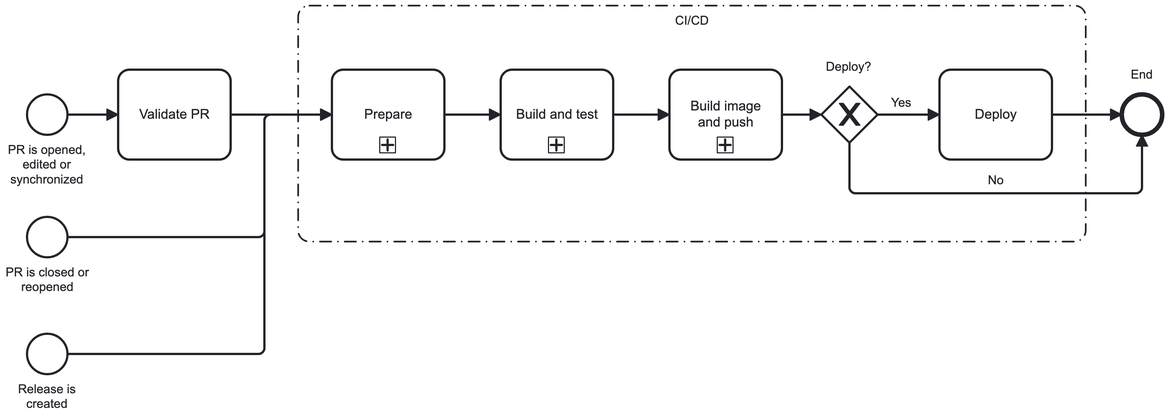
Before: src/main/resources/workflows.png, a diagram exported from BPMN (andrecaiado/spring-boot-tests-cicd). Its source is kept beside it as src/main/resources/workflows.bpmn. Ids are renumbered.
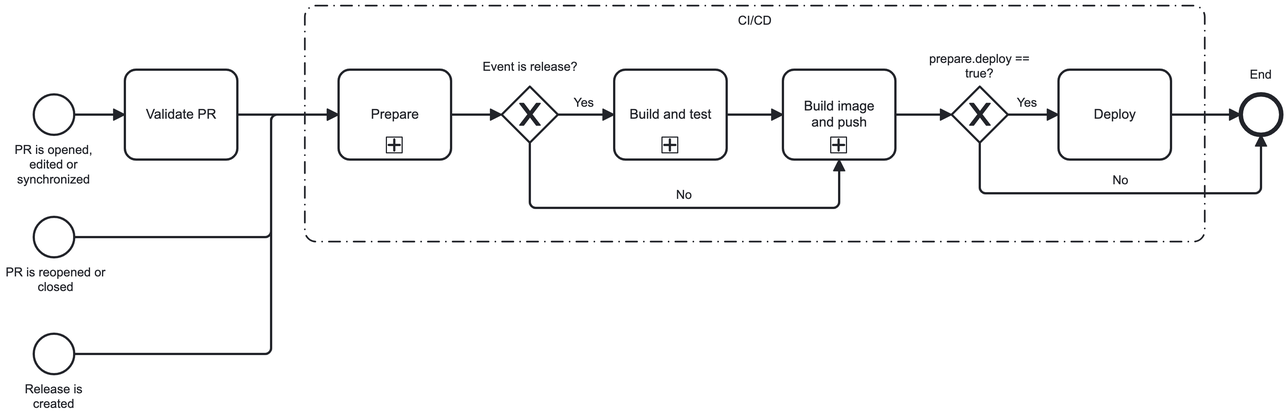
Above is the later version.

Commit message:
docs(task-nr): update workflow process and readme (#41)

Change to the diagram source:
```diff
@@ -11,3 +11,3 @@
     <bpmn:sequenceFlow id="Flow_n5" sourceRef="Activity_n4" targetRef="Activity_n6" />
-    <bpmn:startEvent id="Event_n7" name="PR is closed or reopened">
+    <bpmn:startEvent id="Event_n7" name="PR is reopened or closed">
       <bpmn:outgoing>Flow_n8</bpmn:outgoing>
@@ -15,3 +15,3 @@
     <bpmn:sequenceFlow id="Flow_n8" sourceRef="Event_n7" targetRef="Activity_n6" />
-    <bpmn:sequenceFlow id="Flow_n9" sourceRef="Activity_n6" targetRef="Activity_n10" />
+    <bpmn:sequenceFlow id="Flow_n9" sourceRef="Activity_n6" targetRef="Gateway_n75" />
     <bpmn:sequenceFlow id="Flow_n11" sourceRef="Activity_n10" targetRef="Activity_n12" />
@@ -27,3 +27,3 @@
     <bpmn:sequenceFlow id="Flow_n15" sourceRef="Activity_n13" targetRef="Event_n18" />
-    <bpmn:exclusiveGateway id="Gateway_n17" name="Deploy?">
+    <bpmn:exclusiveGateway id="Gateway_n17" name="prepare.deploy == true?">
       <bpmn:incoming>Flow_n16</bpmn:incoming>
@@ -43,6 +43,7 @@
       <bpmn:task id="Activity_n23" name="Set tag version">
-        <bpmn:incoming>Flow_n22</bpmn:incoming>
+        <bpmn:incoming>Flow_n76</bpmn:incoming>
+        <bpmn:incoming>Flow_n77</bpmn:incoming>
         <bpmn:outgoing>Flow_n24</bpmn:outgoing>
       </bpmn:task>
-      <bpmn:sequenceFlow id="Flow_n22" sourceRef="Event_n21" targetRef="Activity_n23" />
+      <bpmn:sequenceFlow id="Flow_n22" sourceRef="Event_n21" targetRef="Gateway_n78" />
       <bpmn:task id="Activity_n25" name="Set push image">
@@ -59,4 +60,24 @@
         <bpmn:incoming>Flow_n28</bpmn:incoming>
+        <bpmn:incoming>Flow_n79</bpmn:incoming>
       </bpmn:endEvent>
       <bpmn:sequenceFlow id="Flow_n28" sourceRef="Activity_n27" targetRef="Event_n29" />
+      <bpmn:task id="Activity_n80" name="Validate release target branch">
+        <bpmn:incoming>Flow_n81</bpmn:incoming>
+        <bpmn:outgoing>Flow_n82</bpmn:outgoing>
+      </bpmn:task>
+      <bpmn:sequenceFlow id="Flow_n82" sourceRef="Activity_n80" targetRef="Gateway_n83" />
+      <bpmn:exclusiveGateway id="Gateway_n78" name="Is release?">
+        <bpmn:incoming>Flow_n22</bpmn:incoming>
+        <bpmn:outgoing>Flow_n81</bpmn:outgoing>
+        <bpmn:outgoing>Flow_n76</bpmn:outgoing>
+      </bpmn:exclusiveGateway>
+      <bpmn:sequenceFlow id="Flow_n81" name="Yes" sourceRef="Gateway_n78" targetRef="Activity_n80" />
+      <bpmn:sequenceFlow id="Flow_n76" name="No" sourceRef="Gateway_n78" targetRef="Activity_n23" />
+      <bpmn:exclusiveGateway id="Gateway_n83" name="Is valid?">
+        <bpmn:incoming>Flow_n82</bpmn:incoming>
+        <bpmn:outgoing>Flow_n77</bpmn:outgoing>
+        <bpmn:outgoing>Flow_n79</bpmn:outgoing>
+      </bpmn:exclusiveGateway>
+      <bpmn:sequenceFlow id="Flow_n77" name="Yes" sourceRef="Gateway_n83" targetRef="Activity_n23" />
+      <bpmn:sequenceFlow id="Flow_n79" name="No" sourceRef="Gateway_n83" targetRef="Event_n29" />
       <bpmn:textAnnotation id="TextAnnotation_n30">
@@ -74,5 +95,9 @@
       <bpmn:association id="Association_n35" associationDirection="None" sourceRef="Activity_n27" targetRef="TextAnnotation_n34" />
+      <bpmn:textAnnotation id="TextAnnotation_n84">
+        <bpmn:text>Is valid if release target branch  == default branch</bpmn:text>
+      </bpmn:textAnnotation>
+      <bpmn:association id="Association_n85" associationDirection="None" sourceRef="Activity_n80" targetRef="TextAnnotation_n84" />
     </bpmn:subProcess>
     <bpmn:subProcess id="Activity_n10" name="Build and test">
-      <bpmn:incoming>Flow_n9</bpmn:incoming>
+      <bpmn:incoming>Flow_n86</bpmn:incoming>
       <bpmn:outgoing>Flow_n11</bpmn:outgoing>
@@ -102,5 +127,10 @@
       <bpmn:endEvent id="Event_n46" name="End">
+        <bpmn:incoming>Flow_n87</bpmn:incoming>
+      </bpmn:endEvent>
+      <bpmn:sequenceFlow id="Flow_n45" sourceRef="Activity_n44" targetRef="Activity_n88" />
+      <bpmn:task id="Activity_n88" name="Run code coverage">
         <bpmn:incoming>Flow_n45</bpmn:incoming>
-      </bpmn:endEvent>
-      <bpmn:sequenceFlow id="Flow_n45" sourceRef="Activity_n44" targetRef="Event_n46" />
+        <bpmn:outgoing>Flow_n87</bpmn:outgoing>
+      </bpmn:task>
+      <bpmn:sequenceFlow id="Flow_n87" sourceRef="Activity_n88" targetRef="Event_n46" />
     </bpmn:subProcess>
@@ -108,2 +138,3 @@
       <bpmn:incoming>Flow_n11</bpmn:incoming>
+      <bpmn:incoming>Flow_n89</bpmn:incoming>
       <bpmn:outgoing>Flow_n16</bpmn:outgoing>
@@ -136,3 +167,3 @@
       </bpmn:task>
-      <bpmn:exclusiveGateway id="Gateway_n59" name="push_image = true?">
+      <bpmn:exclusiveGateway id="Gateway_n59" name="prepare.push_image == true?">
         <bpmn:incoming>Flow_n58</bpmn:incoming>
@@ -159,2 +190,9 @@
     <bpmn:sequenceFlow id="Flow_n20" sourceRef="Event_n65" targetRef="Activity_n6" />
+    <bpmn:exclusiveGateway id="Gateway_n75" name="Event is release?">
+      <bpmn:incoming>Flow_n9</bpmn:incoming>
+      <bpmn:outgoing>Flow_n86</bpmn:outgoing>
+      <bpmn:outgoing>Flow_n89</bpmn:outgoing>
+    </bpmn:exclusiveGateway>
+    <bpmn:sequenceFlow id="Flow_n86" name="Yes" sourceRef="Gateway_n75" targetRef="Activity_n10" />
+    <bpmn:sequenceFlow id="Flow_n89" name="No" sourceRef="Gateway_n75" targetRef="Activity_n12" />
     <bpmn:group id="Group_n66" categoryValueRef="CategoryValue_n67" />
@@ -172,8 +210,2 @@
       </bpmndi:BPMNShape>
-      <bpmndi:BPMNShape id="Event_n7_di" bpmnElement="Event_n7">
-        <dc:Bounds x="179" y="268" width="36" height="36" />
-        <bpmndi:BPMNLabel>
-          <dc:Bounds x="160" y="311" width="75" height="27" />
-        </bpmndi:BPMNLabel>
-      </bpmndi:BPMNShape>
       <bpmndi:BPMNShape id="Activity_n4_di" bpmnElement="Activity_n4">
@@ -182,4 +214,16 @@
       </bpmndi:BPMNShape>
+      <bpmndi:BPMNShape id="Event_n7_di" bpmnElement="Event_n7">
+        <dc:Bounds x="179" y="268" width="36" height="36" />
+        <bpmndi:BPMNLabel>
+          <dc:Bounds x="154" y="311" width="89" height="27" />
+        </bpmndi:BPMNLabel>
+      </bpmndi:BPMNShape>
+      <bpmndi:BPMNShape id="Gateway_n75_di" bpmnElement="Gateway_n75" isMarkerVisible="true">
+        <dc:Bounds x="595" y="152" width="50" height="50" />
+        <bpmndi:BPMNLabel>
+          <dc:Bounds x="578" y="128" width="85" height="14" />
+        </bpmndi:BPMNLabel>
+      </bpmndi:BPMNShape>
       <bpmndi:BPMNShape id="Activity_n13_di" bpmnElement="Activity_n13">
-        <dc:Bounds x="990" y="137" width="100" height="80" />
+        <dc:Bounds x="1090" y="137" width="100" height="80" />
         <bpmndi:BPMNLabel />
@@ -187,5 +231,5 @@
       <bpmndi:BPMNShape id="Event_n18_di" bpmnElement="Event_n18">
-        <dc:Bounds x="1152" y="159" width="36" height="36" />
+        <dc:Bounds x="1252" y="159" width="36" height="36" />
         <bpmndi:BPMNLabel>
-          <dc:Bounds x="1160" y="135" width="20" height="14" />
+          <dc:Bounds x="1260" y="135" width="20" height="14" />
         </bpmndi:BPMNLabel>
@@ -193,6 +237,9 @@
       <bpmndi:BPMNShape id="Gateway_n17_di" bpmnElement="Gateway_n17" isMarkerVisible="true">
-        <dc:Bounds x="885" y="152" width="50" height="50" />
+        <dc:Bounds x="995" y="152" width="50" height="50" />
         <bpmndi:BPMNLabel>
-          <dc:Bounds x="889" y="128" width="41" height="14" />
+          <dc:Bounds x="975" y="121" width="90" height="27" />
         </bpmndi:BPMNLabel>
+      </bpmndi:BPMNShape>
+      <bpmndi:BPMNShape id="Activity_1uwiga4_di" bpmnElement="Activity_n6">
+        <dc:Bounds x="450" y="137" width="100" height="80" />
       </bpmndi:BPMNShape>
@@ -204,10 +251,29 @@
       </bpmndi:BPMNShape>
-      <bpmndi:BPMNShape id="Activity_1uwiga4_di" bpmnElement="Activity_n6">
-        <dc:Bounds x="450" y="137" width="100" height="80" />
-      </bpmndi:BPMNShape>
       <bpmndi:BPMNShape id="Activity_0pxcgns_di" bpmnElement="Activity_n10">
-        <dc:Bounds x="600" y="137" width="100" height="80" />
+        <dc:Bounds x="695" y="137" width="100" height="80" />
       </bpmndi:BPMNShape>
       <bpmndi:BPMNShape id="Activity_1kwldmr_di" bpmnElement="Activity_n12">
-        <dc:Bounds x="750" y="137" width="100" height="80" />
+        <dc:Bounds x="845" y="137" width="100" height="80" />
+      </bpmndi:BPMNShape>
+      <bpmndi:BPMNEdge id="Flow_n86_di" bpmnElement="Flow_n86">
+        <di:waypoint x="645" y="177" />
+        <di:waypoint x="695" y="177" />
+        <bpmndi:BPMNLabel>
+          <dc:Bounds x="659" y="160" width="18" height="14" />
+        </bpmndi:BPMNLabel>
+      </bpmndi:BPMNEdge>
+      <bpmndi:BPMNEdge id="Flow_n89_di" bpmnElement="Flow_n89">
+        <di:waypoint x="620" y="202" />
+        <di:waypoint x="620" y="260" />
+        <di:waypoint x="895" y="260" />
+        <di:waypoint x="895" y="217" />
+        <bpmndi:BPMNLabel>
+          <dc:Bounds x="750" y="242" width="15" height="14" />
+        </bpmndi:BPMNLabel>
+      </bpmndi:BPMNEdge>
+      <bpmndi:BPMNShape id="Group_n66_di" bpmnElement="Group_n66">
+        <dc:Bounds x="420" y="80" width="800" height="210" />
+        <bpmndi:BPMNLabel>
+          <dc:Bounds x="805" y="87" width="30" height="14" />
+        </bpmndi:BPMNLabel>
       </bpmndi:BPMNShape>
@@ -229,30 +295,30 @@
         <di:waypoint x="550" y="177" />
-        <di:waypoint x="600" y="177" />
+        <di:waypoint x="595" y="177" />
       </bpmndi:BPMNEdge>
       <bpmndi:BPMNEdge id="Flow_n11_di" bpmnElement="Flow_n11">
-        <di:waypoint x="700" y="177" />
-        <di:waypoint x="750" y="177" />
+        <di:waypoint x="795" y="177" />
+        <di:waypoint x="845" y="177" />
+      </bpmndi:BPMNEdge>
+      <bpmndi:BPMNEdge id="Flow_n16_di" bpmnElement="Flow_n16">
+        <di:waypoint x="945" y="177" />
+        <di:waypoint x="995" y="177" />
+      </bpmndi:BPMNEdge>
+      <bpmndi:BPMNEdge id="Flow_n15_di" bpmnElement="Flow_n15">
+        <di:waypoint x="1190" y="177" />
+        <di:waypoint x="1252" y="177" />
       </bpmndi:BPMNEdge>
       <bpmndi:BPMNEdge id="Flow_n14_di" bpmnElement="Flow_n14">
-        <di:waypoint x="935" y="177" />
-        <di:waypoint x="990" y="177" />
+        <di:waypoint x="1045" y="177" />
+        <di:waypoint x="1090" y="177" />
         <bpmndi:BPMNLabel>
-          <dc:Bounds x="947" y="160" width="18" height="14" />
+          <dc:Bounds x="1053" y="160" width="18" height="14" />
         </bpmndi:BPMNLabel>
       </bpmndi:BPMNEdge>
-      <bpmndi:BPMNEdge id="Flow_n15_di" bpmnElement="Flow_n15">
-        <di:waypoint x="1090" y="177" />
-        <di:waypoint x="1152" y="177" />
-      </bpmndi:BPMNEdge>
-      <bpmndi:BPMNEdge id="Flow_n16_di" bpmnElement="Flow_n16">
-        <di:waypoint x="850" y="177" />
-        <di:waypoint x="885" y="177" />
-      </bpmndi:BPMNEdge>
       <bpmndi:BPMNEdge id="Flow_n19_di" bpmnElement="Flow_n19">
-        <di:waypoint x="910" y="202" />
-        <di:waypoint x="910" y="247" />
-        <di:waypoint x="1170" y="247" />
-        <di:waypoint x="1170" y="195" />
+        <di:waypoint x="1020" y="202" />
+        <di:waypoint x="1020" y="247" />
+        <di:waypoint x="1270" y="247" />
+        <di:waypoint x="1270" y="195" />
         <bpmndi:BPMNLabel>
-          <dc:Bounds x="1033" y="229" width="15" height="14" />
+          <dc:Bounds x="1138" y="229" width="15" height="14" />
         </bpmndi:BPMNLabel>
@@ -265,8 +331,2 @@
       </bpmndi:BPMNEdge>
-      <bpmndi:BPMNShape id="Group_n66_di" bpmnElement="Group_n66">
-        <dc:Bounds x="420" y="80" width="700" height="210" />
-        <bpmndi:BPMNLabel>
-          <dc:Bounds x="755" y="87" width="30" height="14" />
-        </bpmndi:BPMNLabel>
-      </bpmndi:BPMNShape>
     </bpmndi:BPMNPlane>
@@ -276,5 +336,27 @@
       <bpmndi:BPMNShape id="Event_n21_di" bpmnElement="Event_n21">
-        <dc:Bounds x="132" y="212" width="36" height="36" />
+        <dc:Bounds x="122" y="212" width="36" height="36" />
         <bpmndi:BPMNLabel>
-          <dc:Bounds x="138" y="255" width="24" height="14" />
+          <dc:Bounds x="128" y="255" width="24" height="14" />
+        </bpmndi:BPMNLabel>
+      </bpmndi:BPMNShape>
+      <bpmndi:BPMNShape id="Event_n29_di" bpmnElement="Event_n29">
+        <dc:Bounds x="1042" y="212" width="36" height="36" />
+        <bpmndi:BPMNLabel>
+          <dc:Bounds x="1050" y="188" width="20" height="14" />
+        </bpmndi:BPMNLabel>
+      </bpmndi:BPMNShape>
+      <bpmndi:BPMNShape id="Gateway_n78_di" bpmnElement="Gateway_n78" isMarkerVisible="true">
+        <dc:Bounds x="209" y="205" width="50" height="50" />
+        <bpmndi:BPMNLabel>
+          <dc:Bounds x="207" y="181" width="54" height="14" />
+        </bpmndi:BPMNLabel>
+      </bpmndi:BPMNShape>
+      <bpmndi:BPMNShape id="Activity_n80_di" bpmnElement="Activity_n80">
+        <dc:Bounds x="315" y="190" width="100" height="80" />
+        <bpmndi:BPMNLabel />
+      </bpmndi:BPMNShape>
+      <bpmndi:BPMNShape id="Gateway_n83_di" bpmnElement="Gateway_n83" isMarkerVisible="true">
+        <dc:Bounds x="471" y="205" width="50" height="50" />
+        <bpmndi:BPMNLabel>
+          <dc:Bounds x="475" y="181" width="41" height="14" />
         </bpmndi:BPMNLabel>
@@ -282,3 +364,3 @@
       <bpmndi:BPMNShape id="Activity_n23_di" bpmnElement="Activity_n23">
-        <dc:Bounds x="220" y="190" width="100" height="80" />
+        <dc:Bounds x="577" y="190" width="100" height="80" />
         <bpmndi:BPMNLabel />
@@ -286,3 +368,3 @@
       <bpmndi:BPMNShape id="Activity_n25_di" bpmnElement="Activity_n25">
-        <dc:Bounds x="380" y="190" width="100" height="80" />
+        <dc:Bounds x="733" y="190" width="100" height="80" />
         <bpmndi:BPMNLabel />
@@ -290,51 +372,89 @@
       <bpmndi:BPMNShape id="Activity_n27_di" bpmnElement="Activity_n27">
-        <dc:Bounds x="540" y="190" width="100" height="80" />
+        <dc:Bounds x="889" y="190" width="100" height="80" />
         <bpmndi:BPMNLabel />
       </bpmndi:BPMNShape>
-      <bpmndi:BPMNShape id="Event_n29_di" bpmnElement="Event_n29">
-        <dc:Bounds x="702" y="212" width="36" height="36" />
-        <bpmndi:BPMNLabel>
-          <dc:Bounds x="710" y="255" width="20" height="14" />
-        </bpmndi:BPMNLabel>
-      </bpmndi:BPMNShape>
-      <bpmndi:BPMNEdge id="Association_n31_di" bpmnElement="Association_n31">
-        <di:waypoint x="270" y="190" />
-        <di:waypoint x="270" y="140" />
+      <bpmndi:BPMNEdge id="Association_n35_di" bpmnElement="Association_n35">
+        <di:waypoint x="939" y="190" />
+        <di:waypoint x="939" y="140" />
       </bpmndi:BPMNEdge>
       <bpmndi:BPMNEdge id="Association_n33_di" bpmnElement="Association_n33">
-        <di:waypoint x="430" y="190" />
-        <di:waypoint x="430" y="140" />
+        <di:waypoint x="783" y="190" />
+        <di:waypoint x="783" y="140" />
       </bpmndi:BPMNEdge>
-      <bpmndi:BPMNEdge id="Association_n35_di" bpmnElement="Association_n35">
-        <di:waypoint x="590" y="190" />
-        <di:waypoint x="590" y="140" />
+      <bpmndi:BPMNEdge id="Association_n31_di" bpmnElement="Association_n31">
+        <di:waypoint x="627" y="190" />
+        <di:waypoint x="627" y="140" />
+      </bpmndi:BPMNEdge>
+      <bpmndi:BPMNEdge id="Association_n85_di" bpmnElement="Association_n85">
+        <di:waypoint x="365" y="190" />
+        <di:waypoint x="365" y="140" />
       </bpmndi:BPMNEdge>
       <bpmndi:BPMNEdge id="Flow_n22_di" bpmnElement="Flow_n22">
-        <di:waypoint x="168" y="230" />
-        <di:waypoint x="220" y="230" />
+        <di:waypoint x="158" y="230" />
+        <di:waypoint x="209" y="230" />
       </bpmndi:BPMNEdge>
-      <bpmndi:BPMNShape id="TextAnnotation_n30_di" bpmnElement="TextAnnotation_n30">
-        <dc:Bounds x="220" y="70" width="140" height="70" />
+      <bpmndi:BPMNEdge id="Flow_n24_di" bpmnElement="Flow_n24">
+        <di:waypoint x="677" y="230" />
+        <di:waypoint x="733" y="230" />
+      </bpmndi:BPMNEdge>
+      <bpmndi:BPMNEdge id="Flow_n26_di" bpmnElement="Flow_n26">
+        <di:waypoint x="833" y="230" />
+        <di:waypoint x="889" y="230" />
+      </bpmndi:BPMNEdge>
+      <bpmndi:BPMNEdge id="Flow_n28_di" bpmnElement="Flow_n28">
+        <di:waypoint x="989" y="230" />
+        <di:waypoint x="1042" y="230" />
+      </bpmndi:BPMNEdge>
+      <bpmndi:BPMNEdge id="Flow_n82_di" bpmnElement="Flow_n82">
+        <di:waypoint x="415" y="230" />
+        <di:waypoint x="471" y="230" />
+      </bpmndi:BPMNEdge>
+      <bpmndi:BPMNEdge id="Flow_n81_di" bpmnElement="Flow_n81">
+        <di:waypoint x="259" y="230" />
+        <di:waypoint x="315" y="230" />
+        <bpmndi:BPMNLabel>
+          <dc:Bounds x="271" y="212" width="18" height="14" />
+        </bpmndi:BPMNLabel>
+      </bpmndi:BPMNEdge>
+      <bpmndi:BPMNEdge id="Flow_n76_di" bpmnElement="Flow_n76">
+        <di:waypoint x="234" y="255" />
+        <di:waypoint x="234" y="300" />
+        <di:waypoint x="627" y="300" />
+        <di:waypoint x="627" y="270" />
+        <bpmndi:BPMNLabel>
+          <dc:Bounds x="424" y="282" width="15" height="14" />
+        </bpmndi:BPMNLabel>
+      </bpmndi:BPMNEdge>
+      <bpmndi:BPMNEdge id="Flow_n77_di" bpmnElement="Flow_n77">
+        <di:waypoint x="521" y="230" />
+        <di:waypoint x="577" y="230" />
+        <bpmndi:BPMNLabel>
+          <dc:Bounds x="538" y="212" width="18" height="14" />
+        </bpmndi:BPMNLabel>
+      </bpmndi:BPMNEdge>
+      <bpmndi:BPMNEdge id="Flow_n79_di" bpmnElement="Flow_n79">
+        <di:waypoint x="496" y="255" />
+        <di:waypoint x="496" y="330" />
+        <di:waypoint x="1060" y="330" />
+        <di:waypoint x="1060" y="248" />
+        <bpmndi:BPMNLabel>
+          <dc:Bounds x="771" y="312" width="15" height="14" />
+        </bpmndi:BPMNLabel>
+      </bpmndi:BPMNEdge>
+      <bpmndi:BPMNShape id="TextAnnotation_n34_di" bpmnElement="TextAnnotation_n34">
+        <dc:Bounds x="889" y="70" width="140" height="70" />
         <bpmndi:BPMNLabel />
       </bpmndi:BPMNShape>
-      <bpmndi:BPMNEdge id="Flow_n24_di" bpmnElement="Flow_n24">
-        <di:waypoint x="320" y="230" />
-        <di:waypoint x="380" y="230" />
-      </bpmndi:BPMNEdge>
       <bpmndi:BPMNShape id="TextAnnotation_n32_di" bpmnElement="TextAnnotation_n32">
-        <dc:Bounds x="380" y="70" width="130" height="70" />
+        <dc:Bounds x="733" y="70" width="130" height="70" />
         <bpmndi:BPMNLabel />
       </bpmndi:BPMNShape>
-      <bpmndi:BPMNEdge id="Flow_n26_di" bpmnElement="Flow_n26">
-        <di:waypoint x="480" y="230" />
-        <di:waypoint x="540" y="230" />
-      </bpmndi:BPMNEdge>
-      <bpmndi:BPMNShape id="TextAnnotation_n34_di" bpmnElement="TextAnnotation_n34">
-        <dc:Bounds x="540" y="70" width="140" height="70" />
+      <bpmndi:BPMNShape id="TextAnnotation_n30_di" bpmnElement="TextAnnotation_n30">
+        <dc:Bounds x="577" y="70" width="140" height="70" />
         <bpmndi:BPMNLabel />
       </bpmndi:BPMNShape>
-      <bpmndi:BPMNEdge id="Flow_n28_di" bpmnElement="Flow_n28">
-        <di:waypoint x="640" y="230" />
-        <di:waypoint x="702" y="230" />
-      </bpmndi:BPMNEdge>
+      <bpmndi:BPMNShape id="TextAnnotation_n84_di" bpmnElement="TextAnnotation_n84">
+        <dc:Bounds x="305" y="100" width="155" height="40" />
+        <bpmndi:BPMNLabel />
+      </bpmndi:BPMNShape>
     </bpmndi:BPMNPlane>
@@ -349,4 +469,10 @@
       </bpmndi:BPMNShape>
+      <bpmndi:BPMNShape id="Event_n46_di" bpmnElement="Event_n46">
+        <dc:Bounds x="1002" y="202" width="36" height="36" />
+        <bpmndi:BPMNLabel>
+          <dc:Bounds x="1010" y="245" width="20" height="14" />
+        </bpmndi:BPMNLabel>
+      </bpmndi:BPMNShape>
       <bpmndi:BPMNShape id="Activity_n38_di" bpmnElement="Activity_n38">
-        <dc:Bounds x="230" y="180" width="100" height="80" />
+        <dc:Bounds x="229" y="180" width="100" height="80" />
         <bpmndi:BPMNLabel />
@@ -354,3 +480,3 @@
       <bpmndi:BPMNShape id="Activity_n40_di" bpmnElement="Activity_n40">
-        <dc:Bounds x="390" y="180" width="100" height="80" />
+        <dc:Bounds x="385" y="180" width="100" height="80" />
         <bpmndi:BPMNLabel />
@@ -358,3 +484,3 @@
       <bpmndi:BPMNShape id="Activity_n42_di" bpmnElement="Activity_n42">
-        <dc:Bounds x="550" y="180" width="100" height="80" />
+        <dc:Bounds x="541" y="180" width="100" height="80" />
         <bpmndi:BPMNLabel />
@@ -362,10 +488,8 @@
       <bpmndi:BPMNShape id="Activity_n44_di" bpmnElement="Activity_n44">
-        <dc:Bounds x="710" y="180" width="100" height="80" />
+        <dc:Bounds x="697" y="180" width="100" height="80" />
         <bpmndi:BPMNLabel />
       </bpmndi:BPMNShape>
-      <bpmndi:BPMNShape id="Event_n46_di" bpmnElement="Event_n46">
-        <dc:Bounds x="872" y="202" width="36" height="36" />
-        <bpmndi:BPMNLabel>
-          <dc:Bounds x="880" y="245" width="20" height="14" />
-        </bpmndi:BPMNLabel>
+      <bpmndi:BPMNShape id="Activity_n88_di" bpmnElement="Activity_n88">
+        <dc:Bounds x="853" y="180" width="100" height="80" />
+        <bpmndi:BPMNLabel />
       </bpmndi:BPMNShape>
@@ -373,19 +497,23 @@
         <di:waypoint x="178" y="220" />
-        <di:waypoint x="230" y="220" />
+        <di:waypoint x="229" y="220" />
       </bpmndi:BPMNEdge>
       <bpmndi:BPMNEdge id="Flow_n39_di" bpmnElement="Flow_n39">
-        <di:waypoint x="330" y="220" />
-        <di:waypoint x="390" y="220" />
+        <di:waypoint x="329" y="220" />
+        <di:waypoint x="385" y="220" />
       </bpmndi:BPMNEdge>
       <bpmndi:BPMNEdge id="Flow_n41_di" bpmnElement="Flow_n41">
-        <di:waypoint x="490" y="220" />
-        <di:waypoint x="550" y="220" />
+        <di:waypoint x="485" y="220" />
+        <di:waypoint x="541" y="220" />
       </bpmndi:BPMNEdge>
       <bpmndi:BPMNEdge id="Flow_n43_di" bpmnElement="Flow_n43">
-        <di:waypoint x="650" y="220" />
-        <di:waypoint x="710" y="220" />
+        <di:waypoint x="641" y="220" />
+        <di:waypoint x="697" y="220" />
       </bpmndi:BPMNEdge>
       <bpmndi:BPMNEdge id="Flow_n45_di" bpmnElement="Flow_n45">
-        <di:waypoint x="810" y="220" />
-        <di:waypoint x="872" y="220" />
+        <di:waypoint x="797" y="220" />
+        <di:waypoint x="853" y="220" />
+      </bpmndi:BPMNEdge>
+      <bpmndi:BPMNEdge id="Flow_n87_di" bpmnElement="Flow_n87">
+        <di:waypoint x="953" y="220" />
+        <di:waypoint x="1002" y="220" />
       </bpmndi:BPMNEdge>
@@ -424,3 +552,3 @@
         <bpmndi:BPMNLabel>
-          <dc:Bounds x="695" y="77.5" width="70" height="27" />
+          <dc:Bounds x="686" y="78" width="89" height="27" />
         </bpmndi:BPMNLabel>
@@ -453,6 +581,2 @@
       </bpmndi:BPMNEdge>
-      <bpmndi:BPMNEdge id="Flow_n56_di" bpmnElement="Flow_n56">
-        <di:waypoint x="610" y="220" />
-        <di:waypoint x="610" y="180" />
-      </bpmndi:BPMNEdge>
       <bpmndi:BPMNEdge id="Flow_n58_di" bpmnElement="Flow_n58">
@@ -468,2 +592,10 @@
       </bpmndi:BPMNEdge>
+      <bpmndi:BPMNEdge id="Flow_n63_di" bpmnElement="Flow_n63">
+        <di:waypoint x="910" y="140" />
+        <di:waypoint x="952" y="140" />
+      </bpmndi:BPMNEdge>
+      <bpmndi:BPMNEdge id="Flow_n56_di" bpmnElement="Flow_n56">
+        <di:waypoint x="610" y="220" />
+        <di:waypoint x="610" y="180" />
+      </bpmndi:BPMNEdge>
       <bpmndi:BPMNEdge id="Flow_n61_di" bpmnElement="Flow_n61">
@@ -477,6 +609,2 @@
       </bpmndi:BPMNEdge>
-      <bpmndi:BPMNEdge id="Flow_n63_di" bpmnElement="Flow_n63">
-        <di:waypoint x="910" y="140" />
-        <di:waypoint x="952" y="140" />
-      </bpmndi:BPMNEdge>
     </bpmndi:BPMNPlane>
```
